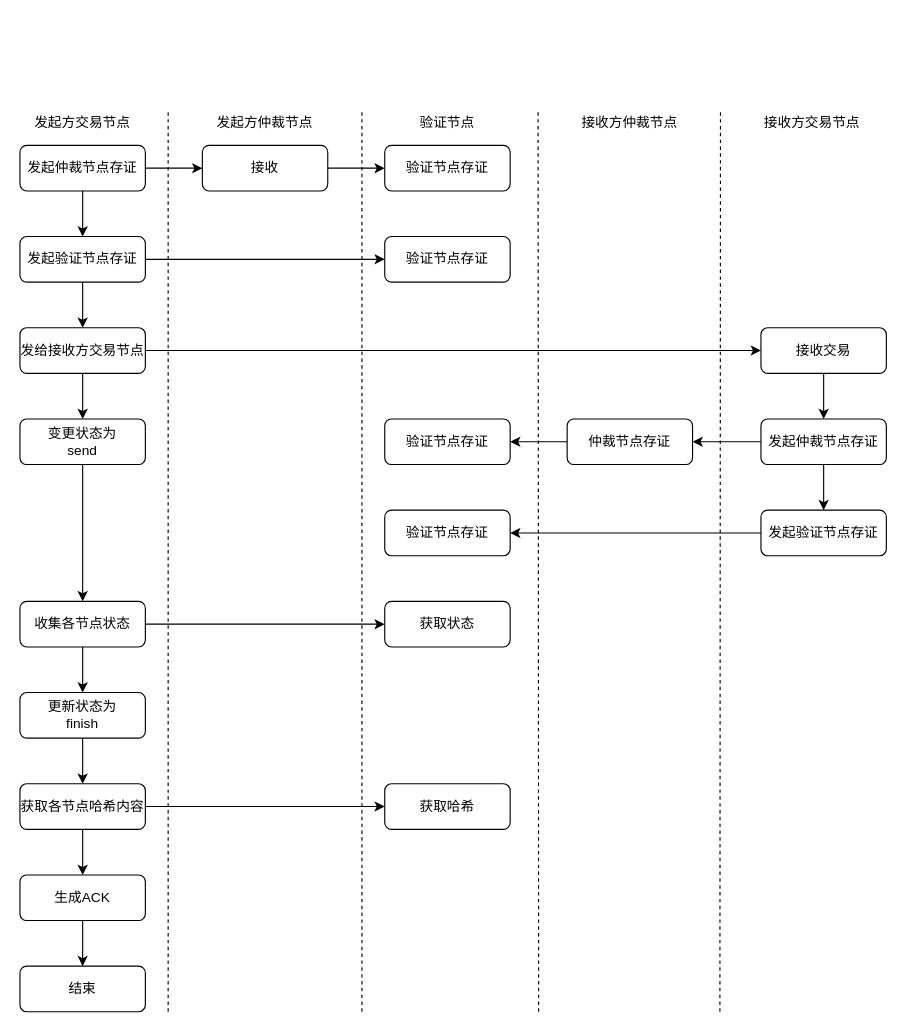
pingguo002/iconomi keeps this draw.io diagram as 绘图.drawio. Above is the earlier version. Source tidied: cells renumbered, new cells numbered last; positions are measured from the earlier drawing's top-left corner, leaving out a move shared by most shapes. Both pictures are drawn from the tidied source at 114%, with x=0, y=0 at pixel (19, 111).
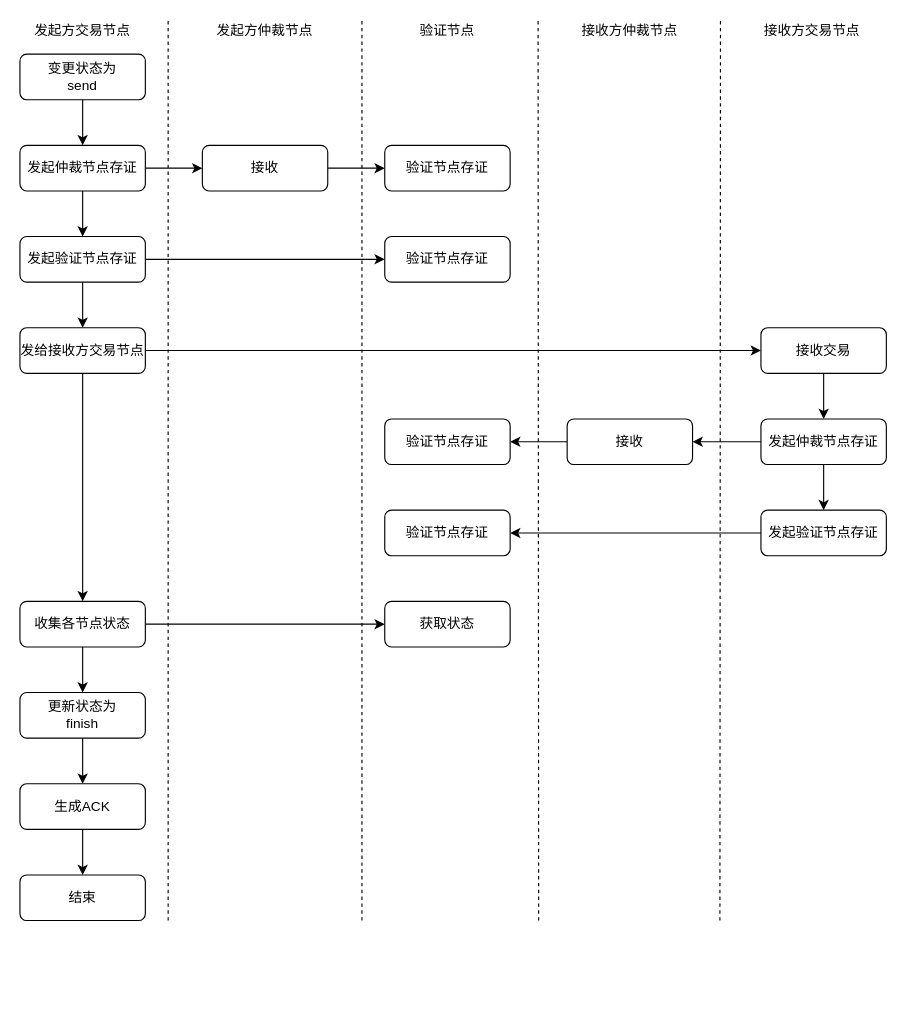
After the change.

The change refers to these unchanged cells:
```xml
<mxCell id="13" value="发起仲裁节点存证" style="rounded=1;whiteSpace=wrap;html=1;" parent="1" vertex="1">
  <mxGeometry y="30" width="110" height="40" as="geometry" />
</mxCell>
<mxCell id="22" value="发给接收方交易节点" style="rounded=1;whiteSpace=wrap;html=1;" parent="1" vertex="1">
  <mxGeometry y="190" width="110" height="40" as="geometry" />
</mxCell>
<mxCell id="35" value="收集各节点状态" style="rounded=1;whiteSpace=wrap;html=1;" parent="1" vertex="1">
  <mxGeometry y="430" width="110" height="40" as="geometry" />
</mxCell>
<mxCell id="37" value="更新状态为&lt;br&gt;finish" style="rounded=1;whiteSpace=wrap;html=1;" parent="1" vertex="1">
  <mxGeometry y="510" width="110" height="40" as="geometry" />
</mxCell>
```

The edit, as a diff of the source:
```diff
@@
     <mxCell id="2" value="发起方交易节点" style="text;html=1;strokeColor=none;fillColor=none;align=center;verticalAlign=middle;whiteSpace=wrap;rounded=0;" parent="1" vertex="1">
-      <mxGeometry width="110" height="20" as="geometry" />
+      <mxGeometry y="-80" width="110" height="20" as="geometry" />
     </mxCell>
     <mxCell id="3" value="发起方仲裁节点" style="text;html=1;strokeColor=none;fillColor=none;align=center;verticalAlign=middle;whiteSpace=wrap;rounded=0;" parent="1" vertex="1">
-      <mxGeometry x="160" width="110" height="20" as="geometry" />
+      <mxGeometry x="160" y="-80" width="110" height="20" as="geometry" />
     </mxCell>
     <mxCell id="4" value="验证节点" style="text;html=1;strokeColor=none;fillColor=none;align=center;verticalAlign=middle;whiteSpace=wrap;rounded=0;" parent="1" vertex="1">
-      <mxGeometry x="320" width="110" height="20" as="geometry" />
+      <mxGeometry x="320" y="-80" width="110" height="20" as="geometry" />
     </mxCell>
     <mxCell id="5" value="接收方仲裁节点" style="text;html=1;strokeColor=none;fillColor=none;align=center;verticalAlign=middle;whiteSpace=wrap;rounded=0;" parent="1" vertex="1">
-      <mxGeometry x="480" width="110" height="20" as="geometry" />
+      <mxGeometry x="480" y="-80" width="110" height="20" as="geometry" />
     </mxCell>
     <mxCell id="6" value="接收方交易节点" style="text;html=1;strokeColor=none;fillColor=none;align=center;verticalAlign=middle;whiteSpace=wrap;rounded=0;" parent="1" vertex="1">
-      <mxGeometry x="640" width="110" height="20" as="geometry" />
+      <mxGeometry x="640" y="-80" width="110" height="20" as="geometry" />
     </mxCell>
     <mxCell id="7" style="endArrow=none;dashed=1;html=1;" parent="1" edge="1">
       <mxGeometry relative="1" as="geometry">
-        <mxPoint x="130" y="790" as="sourcePoint" />
-        <mxPoint x="130" as="targetPoint" />
+        <mxPoint x="130" y="710" as="sourcePoint" />
+        <mxPoint x="130" y="-80" as="targetPoint" />
       </mxGeometry>
     </mxCell>
     <mxCell id="8" style="endArrow=none;dashed=1;html=1;" parent="1" edge="1">
       <mxGeometry relative="1" as="geometry">
-        <mxPoint x="300" y="790" as="sourcePoint" />
-        <mxPoint x="300" as="targetPoint" />
+        <mxPoint x="300" y="710" as="sourcePoint" />
+        <mxPoint x="300" y="-80" as="targetPoint" />
       </mxGeometry>
     </mxCell>
     <mxCell id="9" style="endArrow=none;dashed=1;html=1;" parent="1" edge="1">
       <mxGeometry relative="1" as="geometry">
-        <mxPoint x="455" y="790" as="sourcePoint" />
-        <mxPoint x="454.5" as="targetPoint" />
+        <mxPoint x="455" y="710" as="sourcePoint" />
+        <mxPoint x="454.5" y="-80" as="targetPoint" />
       </mxGeometry>
     </mxCell>
     <mxCell id="10" style="endArrow=none;dashed=1;html=1;" parent="1" edge="1">
       <mxGeometry relative="1" as="geometry">
-        <mxPoint x="614" y="790" as="sourcePoint" />
-        <mxPoint x="614.5" as="targetPoint" />
+        <mxPoint x="614" y="710" as="sourcePoint" />
+        <mxPoint x="614.5" y="-80" as="targetPoint" />
       </mxGeometry>
     </mxCell>
@@
-    <mxCell id="21" style="edgeStyle=orthogonalEdgeStyle;rounded=0;jettySize=auto;html=1;exitX=0.5;exitY=1;exitDx=0;exitDy=0;entryX=0.5;entryY=0;entryDx=0;entryDy=0;" parent="1" edge="1" source="22" target="47">
-      <mxGeometry relative="1" as="geometry" />
-    </mxCell>
@@
-    <mxCell id="29" value="仲裁节点存证" style="rounded=1;whiteSpace=wrap;html=1;" parent="1" vertex="1">
+    <mxCell id="29" value="接收" style="rounded=1;whiteSpace=wrap;html=1;" parent="1" vertex="1">
       <mxGeometry x="480" y="270" width="110" height="40" as="geometry" />
     </mxCell>
@@
-    <mxCell id="36" style="edgeStyle=orthogonalEdgeStyle;rounded=0;jettySize=auto;html=1;exitX=0.5;exitY=1;exitDx=0;exitDy=0;" parent="1" edge="1" source="37" target="40">
-      <mxGeometry relative="1" as="geometry" />
-    </mxCell>
@@
-    <mxCell id="38" style="edgeStyle=orthogonalEdgeStyle;rounded=0;jettySize=auto;html=1;exitX=0.5;exitY=1;exitDx=0;exitDy=0;" parent="1" edge="1" source="40" target="42">
+    <mxCell id="38" style="edgeStyle=orthogonalEdgeStyle;rounded=0;jettySize=auto;html=1;exitX=0.5;exitY=1;exitDx=0;exitDy=0;" parent="1" edge="1" source="37" target="42">
       <mxGeometry relative="1" as="geometry" />
     </mxCell>
-    <mxCell id="39" style="edgeStyle=orthogonalEdgeStyle;rounded=0;jettySize=auto;html=1;exitX=1;exitY=0.5;exitDx=0;exitDy=0;" parent="1" edge="1" source="40" target="49">
-      <mxGeometry relative="1" as="geometry" />
-    </mxCell>
-    <mxCell id="40" value="获取各节点哈希内容" style="rounded=1;whiteSpace=wrap;html=1;" parent="1" vertex="1">
-      <mxGeometry y="590" width="110" height="40" as="geometry" />
-    </mxCell>
@@
     <mxCell id="42" value="生成ACK" style="rounded=1;whiteSpace=wrap;html=1;" parent="1" vertex="1">
-      <mxGeometry y="670" width="110" height="40" as="geometry" />
+      <mxGeometry y="590" width="110" height="40" as="geometry" />
     </mxCell>
     <mxCell id="43" value="结束" style="rounded=1;whiteSpace=wrap;html=1;" parent="1" vertex="1">
-      <mxGeometry y="750" width="110" height="40" as="geometry" />
+      <mxGeometry y="670" width="110" height="40" as="geometry" />
     </mxCell>
@@
-    <mxCell id="46" style="edgeStyle=orthogonalEdgeStyle;rounded=0;jettySize=auto;html=1;exitX=0.5;exitY=1;exitDx=0;exitDy=0;entryX=0.5;entryY=0;entryDx=0;entryDy=0;" parent="1" edge="1" source="47" target="35">
+    <mxCell id="46" style="edgeStyle=orthogonalEdgeStyle;rounded=0;jettySize=auto;html=1;exitX=0.5;exitY=1;exitDx=0;exitDy=0;entryX=0.5;entryY=0;entryDx=0;entryDy=0;" parent="1" edge="1" source="22" target="35">
       <mxGeometry relative="1" as="geometry" />
     </mxCell>
+    <mxCell id="48" value="获取状态" style="rounded=1;whiteSpace=wrap;html=1;" parent="1" vertex="1">
+      <mxGeometry x="320" y="430" width="110" height="40" as="geometry" />
+    </mxCell>
+    <mxCell id="50" style="edgeStyle=orthogonalEdgeStyle;rounded=0;jettySize=auto;html=1;exitX=0.5;exitY=1;exitDx=0;exitDy=0;entryX=0.5;entryY=0;entryDx=0;entryDy=0;" parent="1" edge="1" source="47" target="13">
+      <mxGeometry relative="1" as="geometry" />
+    </mxCell>
     <mxCell id="47" value="变更状态为&lt;br&gt;send" style="rounded=1;whiteSpace=wrap;html=1;" parent="1" vertex="1">
-      <mxGeometry y="270" width="110" height="40" as="geometry" />
+      <mxGeometry y="-50" width="110" height="40" as="geometry" />
     </mxCell>
-    <mxCell id="48" value="获取状态" style="rounded=1;whiteSpace=wrap;html=1;" parent="1" vertex="1">
-      <mxGeometry x="320" y="430" width="110" height="40" as="geometry" />
-    </mxCell>
-    <mxCell id="49" value="获取哈希" style="rounded=1;whiteSpace=wrap;html=1;" parent="1" vertex="1">
-      <mxGeometry x="320" y="590" width="110" height="40" as="geometry" />
-    </mxCell>
```
